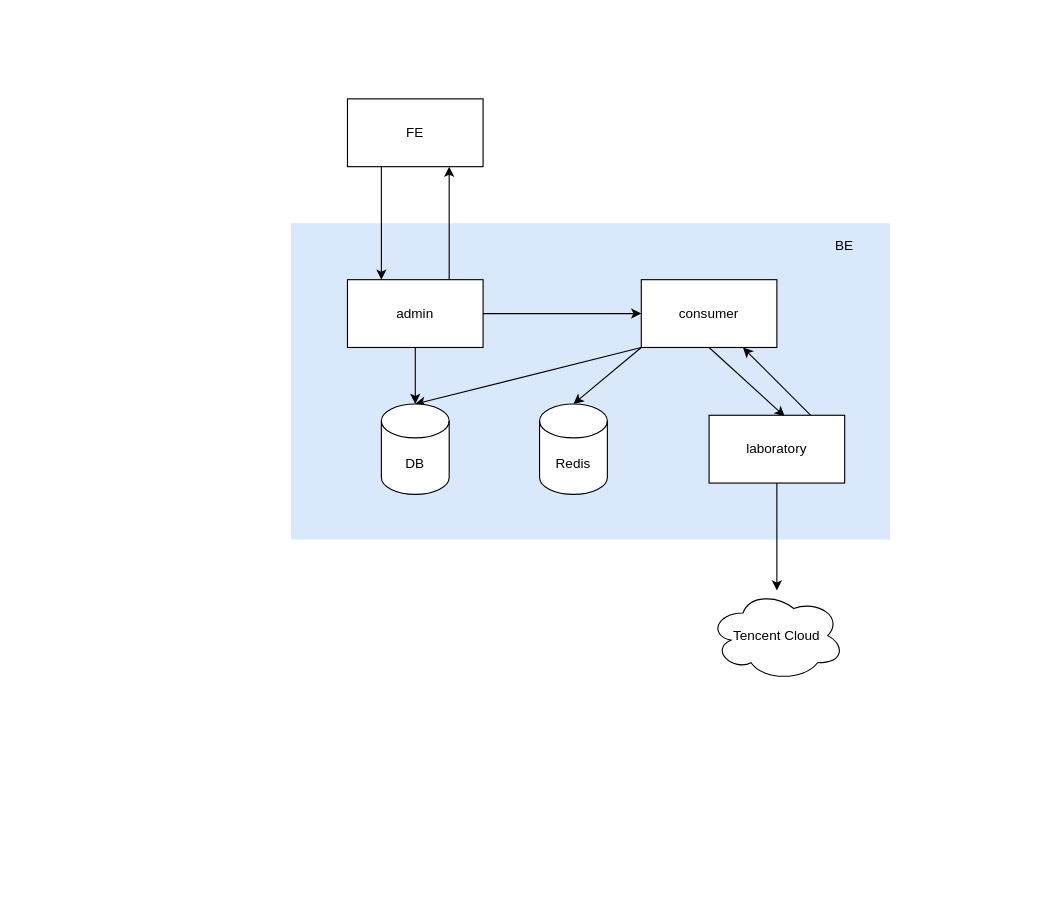
This is page "后端服务架构" (6 of 6) of draft/TEFS/project.drawio from mattshhuang/draw-io, a draw.io file, before an edit. Source tidied: cells renumbered, new cells numbered last; positions are measured from the earlier drawing's top-left corner, leaving out a move shared by most shapes. Both pictures are drawn from the tidied source at 113%, with x=0, y=0 at pixel (290, 98).
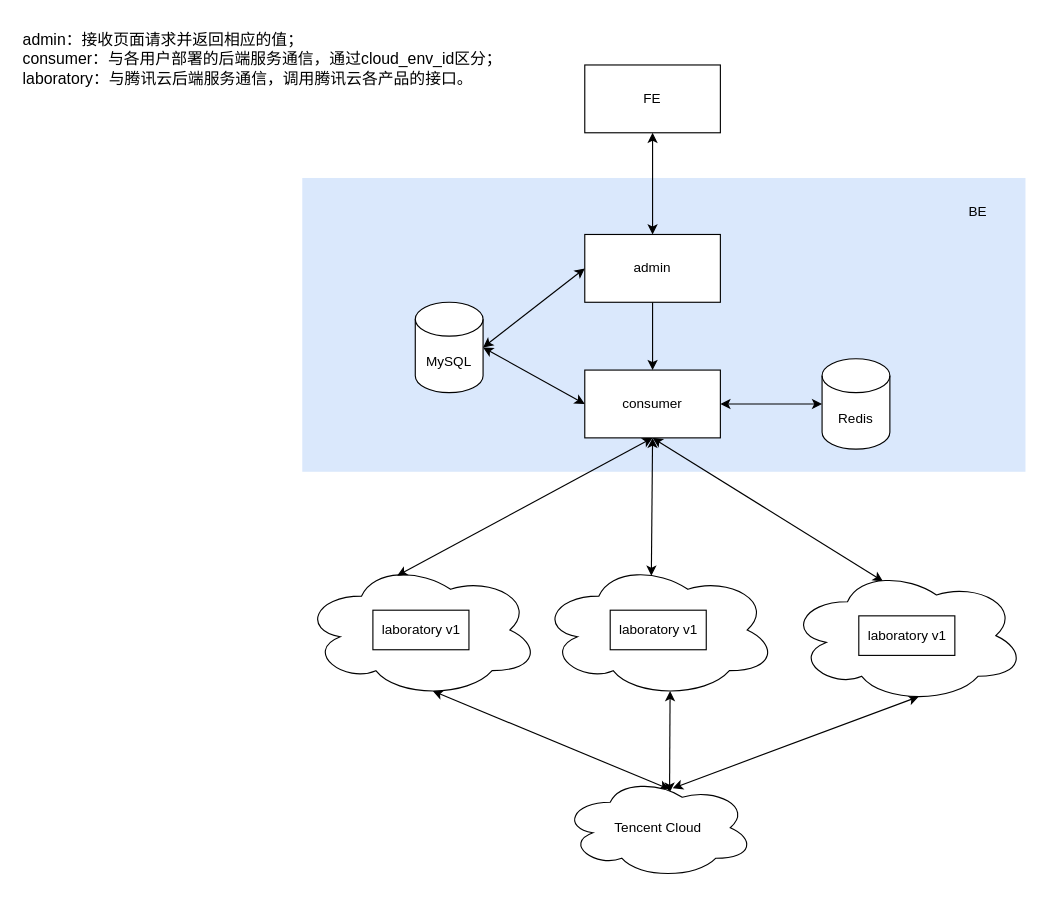
The same page after the edit.

Change to the diagram source:
```diff
@@
     <mxCell id="2" style="rounded=0;whiteSpace=wrap;html=1;fillColor=#dae8fc;strokeColor=none;" parent="1" vertex="1">
-      <mxGeometry y="110" width="530" height="280" as="geometry" />
+      <mxGeometry x="10" y="70" width="640" height="260" as="geometry" />
     </mxCell>
+    <mxCell id="20" style="edgeStyle=none;rounded=0;jettySize=auto;html=1;exitX=0.55;exitY=0.95;exitDx=0;exitDy=0;exitPerimeter=0;entryX=0.559;entryY=0.122;entryDx=0;entryDy=0;entryPerimeter=0;startArrow=classic;startFill=1;" parent="1" edge="1" source="18" target="30">
+      <mxGeometry relative="1" as="geometry" />
+    </mxCell>
+    <mxCell id="18" style="ellipse;shape=cloud;whiteSpace=wrap;html=1;" parent="1" vertex="1">
+      <mxGeometry x="10" y="410" width="210" height="120" as="geometry" />
+    </mxCell>
-    <mxCell id="3" style="edgeStyle=orthogonalEdgeStyle;rounded=0;jettySize=auto;html=1;exitX=0.25;exitY=1;exitDx=0;exitDy=0;entryX=0.25;entryY=0;entryDx=0;entryDy=0;" parent="1" edge="1" source="4" target="8">
+    <mxCell id="3" style="edgeStyle=none;rounded=0;jettySize=auto;html=1;exitX=0.5;exitY=1;exitDx=0;exitDy=0;entryX=0.5;entryY=0;entryDx=0;entryDy=0;startArrow=classic;startFill=1;" parent="1" edge="1" source="4" target="8">
       <mxGeometry relative="1" as="geometry" />
     </mxCell>
     <mxCell id="4" value="FE" style="rounded=0;whiteSpace=wrap;html=1;" parent="1" vertex="1">
-      <mxGeometry x="50" width="120" height="60" as="geometry" />
+      <mxGeometry x="260" y="-30" width="120" height="60" as="geometry" />
     </mxCell>
-    <mxCell id="5" style="edgeStyle=orthogonalEdgeStyle;rounded=0;jettySize=auto;html=1;exitX=0.75;exitY=0;exitDx=0;exitDy=0;entryX=0.75;entryY=1;entryDx=0;entryDy=0;" parent="1" edge="1" source="8" target="4">
-      <mxGeometry relative="1" as="geometry" />
-    </mxCell>
+    <mxCell id="7" style="edgeStyle=none;rounded=0;jettySize=auto;html=1;exitX=0;exitY=0.5;exitDx=0;exitDy=0;entryX=1;entryY=0.5;entryDx=0;entryDy=0;entryPerimeter=0;startArrow=classic;startFill=1;" parent="1" edge="1" source="8" target="16">
+      <mxGeometry relative="1" as="geometry" />
+    </mxCell>
-    <mxCell id="6" style="edgeStyle=orthogonalEdgeStyle;rounded=0;jettySize=auto;html=1;exitX=1;exitY=0.5;exitDx=0;exitDy=0;entryX=0;entryY=0.5;entryDx=0;entryDy=0;" parent="1" edge="1" source="8" target="12">
+    <mxCell id="6" style="edgeStyle=none;rounded=0;jettySize=auto;html=1;exitX=0.5;exitY=1;exitDx=0;exitDy=0;entryX=0.5;entryY=0;entryDx=0;entryDy=0;" parent="1" edge="1" source="8" target="12">
       <mxGeometry relative="1" as="geometry" />
     </mxCell>
-    <mxCell id="7" style="edgeStyle=orthogonalEdgeStyle;rounded=0;jettySize=auto;html=1;exitX=0.5;exitY=1;exitDx=0;exitDy=0;entryX=0.5;entryY=0;entryDx=0;entryDy=0;entryPerimeter=0;" parent="1" edge="1" source="8" target="16">
-      <mxGeometry relative="1" as="geometry" />
-    </mxCell>
     <mxCell id="8" value="admin" style="rounded=0;whiteSpace=wrap;html=1;" parent="1" vertex="1">
-      <mxGeometry x="50" y="160" width="120" height="60" as="geometry" />
+      <mxGeometry x="260" y="120" width="120" height="60" as="geometry" />
     </mxCell>
-    <mxCell id="9" style="rounded=0;jettySize=auto;html=1;exitX=0;exitY=1;exitDx=0;exitDy=0;entryX=0.5;entryY=0;entryDx=0;entryDy=0;entryPerimeter=0;" parent="1" edge="1" source="12" target="16">
+    <mxCell id="9" style="edgeStyle=none;rounded=0;jettySize=auto;html=1;exitX=0;exitY=0.5;exitDx=0;exitDy=0;entryX=1;entryY=0.5;entryDx=0;entryDy=0;entryPerimeter=0;startArrow=classic;startFill=1;" parent="1" edge="1" source="12" target="16">
       <mxGeometry relative="1" as="geometry" />
     </mxCell>
-    <mxCell id="10" style="edgeStyle=none;rounded=0;jettySize=auto;html=1;exitX=0.5;exitY=1;exitDx=0;exitDy=0;entryX=0.558;entryY=0.017;entryDx=0;entryDy=0;entryPerimeter=0;" parent="1" edge="1" source="12" target="15">
-      <mxGeometry relative="1" as="geometry" />
-    </mxCell>
-    <mxCell id="11" style="edgeStyle=none;rounded=0;jettySize=auto;html=1;exitX=0;exitY=1;exitDx=0;exitDy=0;entryX=0.5;entryY=0;entryDx=0;entryDy=0;entryPerimeter=0;" parent="1" edge="1" source="12" target="17">
+    <mxCell id="11" style="edgeStyle=none;rounded=0;jettySize=auto;html=1;exitX=1;exitY=0.5;exitDx=0;exitDy=0;startArrow=classic;startFill=1;" parent="1" edge="1" source="12" target="17">
       <mxGeometry relative="1" as="geometry" />
     </mxCell>
+    <mxCell id="21" style="edgeStyle=none;rounded=0;jettySize=auto;html=1;exitX=0.5;exitY=1;exitDx=0;exitDy=0;entryX=0.4;entryY=0.1;entryDx=0;entryDy=0;entryPerimeter=0;startArrow=classic;startFill=1;" parent="1" edge="1" source="12" target="18">
+      <mxGeometry relative="1" as="geometry" />
+    </mxCell>
+    <mxCell id="22" style="edgeStyle=none;rounded=0;jettySize=auto;html=1;exitX=0.5;exitY=1;exitDx=0;exitDy=0;entryX=0.4;entryY=0.1;entryDx=0;entryDy=0;entryPerimeter=0;startArrow=classic;startFill=1;" parent="1" edge="1" source="12" target="25">
+      <mxGeometry relative="1" as="geometry" />
+    </mxCell>
+    <mxCell id="23" style="edgeStyle=none;rounded=0;jettySize=auto;html=1;exitX=0.5;exitY=1;exitDx=0;exitDy=0;entryX=0.471;entryY=0.1;entryDx=0;entryDy=0;entryPerimeter=0;startArrow=classic;startFill=1;" parent="1" edge="1" source="12" target="28">
+      <mxGeometry relative="1" as="geometry" />
+    </mxCell>
     <mxCell id="12" value="consumer" style="rounded=0;whiteSpace=wrap;html=1;" parent="1" vertex="1">
-      <mxGeometry x="310" y="160" width="120" height="60" as="geometry" />
+      <mxGeometry x="260" y="240" width="120" height="60" as="geometry" />
     </mxCell>
-    <mxCell id="13" style="edgeStyle=none;rounded=0;jettySize=auto;html=1;exitX=0.5;exitY=1;exitDx=0;exitDy=0;" parent="1" edge="1" source="15" target="18">
-      <mxGeometry relative="1" as="geometry" />
-    </mxCell>
-    <mxCell id="14" style="edgeStyle=none;rounded=0;jettySize=auto;html=1;exitX=0.75;exitY=0;exitDx=0;exitDy=0;entryX=0.75;entryY=1;entryDx=0;entryDy=0;" parent="1" edge="1" source="15" target="12">
-      <mxGeometry relative="1" as="geometry" />
-    </mxCell>
-    <mxCell id="15" value="laboratory" style="rounded=0;whiteSpace=wrap;html=1;" parent="1" vertex="1">
-      <mxGeometry x="370" y="280" width="120" height="60" as="geometry" />
+    <mxCell id="15" value="laboratory v1" style="rounded=0;whiteSpace=wrap;html=1;" parent="1" vertex="1">
+      <mxGeometry x="72.5" y="452.5" width="85" height="35" as="geometry" />
     </mxCell>
-    <mxCell id="16" value="DB" style="shape=cylinder3;whiteSpace=wrap;html=1;boundedLbl=1;backgroundOutline=1;size=15;" parent="1" vertex="1">
-      <mxGeometry x="80" y="270" width="60" height="80" as="geometry" />
+    <mxCell id="16" value="MySQL" style="shape=cylinder3;whiteSpace=wrap;html=1;boundedLbl=1;backgroundOutline=1;size=15;" parent="1" vertex="1">
+      <mxGeometry x="110" y="180" width="60" height="80" as="geometry" />
     </mxCell>
     <mxCell id="17" value="Redis" style="shape=cylinder3;whiteSpace=wrap;html=1;boundedLbl=1;backgroundOutline=1;size=15;" parent="1" vertex="1">
-      <mxGeometry x="220" y="270" width="60" height="80" as="geometry" />
+      <mxGeometry x="470" y="230" width="60" height="80" as="geometry" />
     </mxCell>
-    <mxCell id="18" value="Tencent Cloud" style="ellipse;shape=cloud;whiteSpace=wrap;html=1;" parent="1" vertex="1">
-      <mxGeometry x="370" y="435" width="120" height="80" as="geometry" />
-    </mxCell>
     <mxCell id="19" value="BE" style="text;html=1;strokeColor=none;fillColor=none;align=center;verticalAlign=middle;whiteSpace=wrap;rounded=0;" parent="1" vertex="1">
-      <mxGeometry x="470" y="120" width="40" height="20" as="geometry" />
+      <mxGeometry x="587.5" y="90" width="40" height="20" as="geometry" />
     </mxCell>
+    <mxCell id="24" style="edgeStyle=none;rounded=0;jettySize=auto;html=1;exitX=0.55;exitY=0.95;exitDx=0;exitDy=0;exitPerimeter=0;entryX=0.576;entryY=0.111;entryDx=0;entryDy=0;entryPerimeter=0;startArrow=classic;startFill=1;" parent="1" edge="1" source="25" target="30">
+      <mxGeometry relative="1" as="geometry" />
+    </mxCell>
+    <mxCell id="25" style="ellipse;shape=cloud;whiteSpace=wrap;html=1;" parent="1" vertex="1">
+      <mxGeometry x="440" y="415" width="210" height="120" as="geometry" />
+    </mxCell>
+    <mxCell id="26" value="laboratory v1" style="rounded=0;whiteSpace=wrap;html=1;" parent="1" vertex="1">
+      <mxGeometry x="502.5" y="457.5" width="85" height="35" as="geometry" />
+    </mxCell>
+    <mxCell id="27" style="edgeStyle=none;rounded=0;jettySize=auto;html=1;exitX=0.55;exitY=0.95;exitDx=0;exitDy=0;exitPerimeter=0;entryX=0.559;entryY=0.156;entryDx=0;entryDy=0;entryPerimeter=0;startArrow=classic;startFill=1;" parent="1" edge="1" source="28" target="30">
+      <mxGeometry relative="1" as="geometry" />
+    </mxCell>
+    <mxCell id="28" style="ellipse;shape=cloud;whiteSpace=wrap;html=1;" parent="1" vertex="1">
+      <mxGeometry x="220" y="410" width="210" height="120" as="geometry" />
+    </mxCell>
+    <mxCell id="29" value="laboratory v1" style="rounded=0;whiteSpace=wrap;html=1;" parent="1" vertex="1">
+      <mxGeometry x="282.5" y="452.5" width="85" height="35" as="geometry" />
+    </mxCell>
+    <mxCell id="30" value="Tencent Cloud" style="ellipse;shape=cloud;whiteSpace=wrap;html=1;" parent="1" vertex="1">
+      <mxGeometry x="240" y="600" width="170" height="90" as="geometry" />
+    </mxCell>
+    <mxCell id="31" value="&lt;div style=&quot;text-align: left ; font-size: 14px&quot;&gt;&lt;font style=&quot;font-size: 14px&quot;&gt;admin：接收页面请求并返回相应的值；&lt;/font&gt;&lt;/div&gt;&lt;div style=&quot;text-align: left ; font-size: 14px&quot;&gt;&lt;span&gt;&lt;font style=&quot;font-size: 14px&quot;&gt;consumer：与各用户部署的后端服务通信，通过cloud_env_id区分；&lt;/font&gt;&lt;/span&gt;&lt;/div&gt;&lt;div style=&quot;text-align: left ; font-size: 14px&quot;&gt;&lt;font style=&quot;font-size: 14px&quot;&gt;laboratory：与腾讯云后端服务通信，调用腾讯云各产品的接口。&lt;/font&gt;&lt;/div&gt;" style="text;html=1;strokeColor=none;fillColor=none;align=center;verticalAlign=middle;whiteSpace=wrap;rounded=0;" parent="1" vertex="1">
+      <mxGeometry x="-240" y="-70" width="430" height="70" as="geometry" />
+    </mxCell>
```
